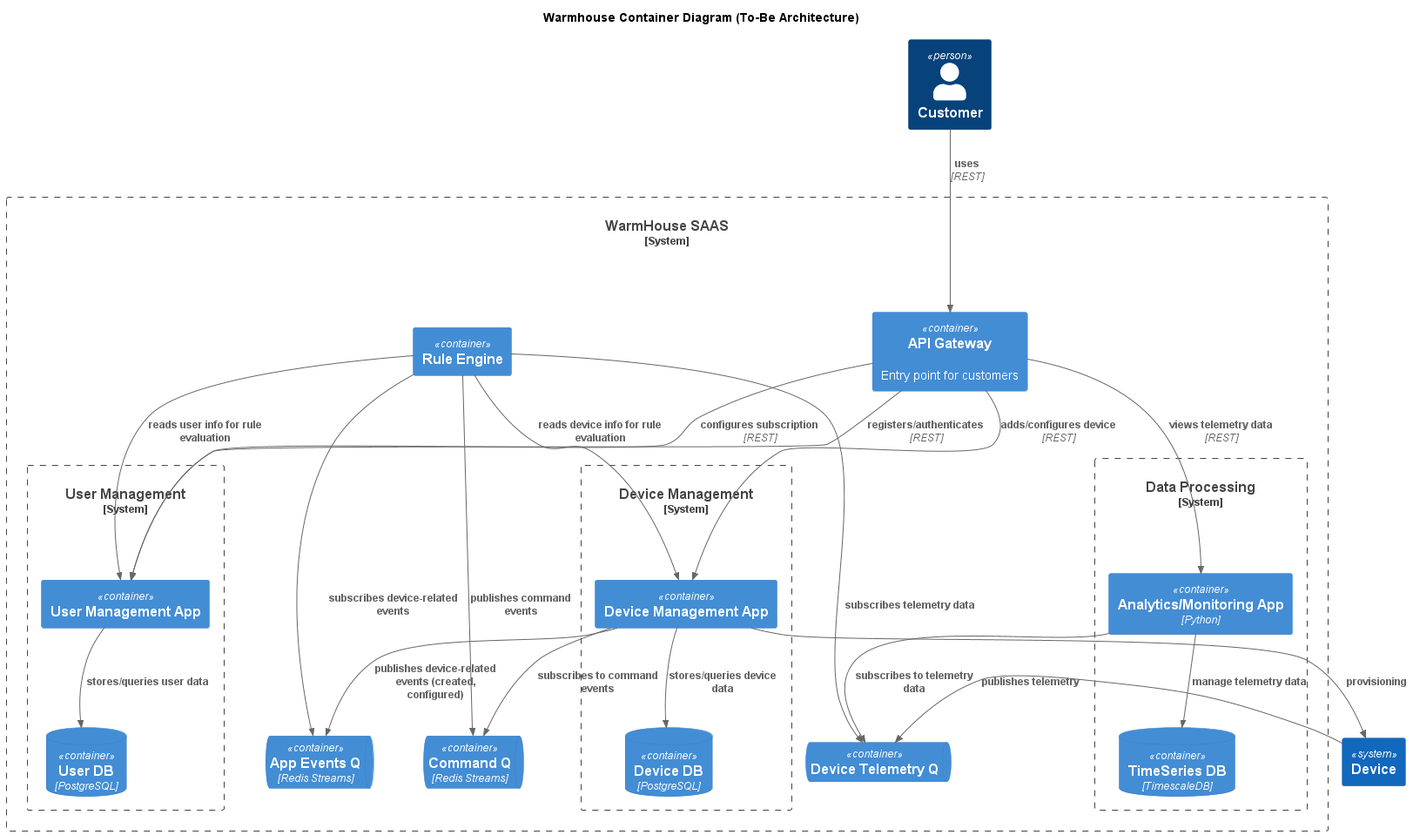
Above: schemas/to_be/warmhouse_container_to_be.png in Upforup/architecture-pro-warmhouse (PlantUML), before the change. Source of this version:
```plantuml
@startuml warmhouse_container_to_be
title Warmhouse Container Diagram (To-Be Architecture)

top to bottom direction

!include <C4/C4_Container>

Person(user, "Customer", "")
System(device, "Device")

System_Boundary(wh, "WarmHouse SAAS") {
    Container(api, "API Gateway", "", "Entry point for customers")

    System_Boundary(u, "User Management") {
        Container(usersApp, "User Management App", "", "")
        ContainerDb(usersDB, "User DB", "PostgreSQL")
    }
    System_Boundary(d, "Device Management") {
        Container(devMgmtApp, "Device Management App", "", "")
        ContainerDb(devMgmtDB, "Device DB", "PostgreSQL")
    }
    System_Boundary(m, "Data Processing") {
        Container(monitoringApp, "Analytics/Monitoring App", "Python", "")
        ContainerDb(telemetryDB, "TimeSeries DB", "TimescaleDB")
    }

    Container(rulesEngineApp, "Rule Engine", "", "")
    ContainerQueue(tmQ, "Device Telemetry Q")
    ContainerQueue(appEventsQ, "App Events Q", "Redis Streams")
    ContainerQueue(commandQ, "Command Q", "Redis Streams")
}

Rel(user, api, "uses", "REST")
Rel(device, tmQ, "publishes telemetry")
Rel(api, usersApp, "registers/authenticates", "REST")
Rel(api, devMgmtApp, "adds/configures device", "REST")
Rel(api, usersApp, "configures subscription", "REST")
Rel(api, monitoringApp, "views telemetry data", "REST")

Rel(devMgmtApp, device, "provisioning", "")

Rel(devMgmtApp, devMgmtDB, "stores/queries device data")
Rel(usersApp, usersDB, "stores/queries user data")

Rel(devMgmtApp, appEventsQ, "publishes device-related events (created, configured)", "")
Rel(rulesEngineApp, appEventsQ, "subscribes device-related events", "")
Rel(rulesEngineApp, commandQ, "publishes command events", "")
Rel(rulesEngineApp, devMgmtApp, "reads device info for rule evaluation", "")
Rel(rulesEngineApp, usersApp, "reads user info for rule evaluation", "")

Rel(devMgmtApp, commandQ, "subscribes to command events")
Rel(rulesEngineApp, tmQ, "subscribes telemetry data")

Rel(monitoringApp, tmQ, "subscribes to telemetry data")
Rel(monitoringApp, telemetryDB, "manage telemetry data")

@enduml
```
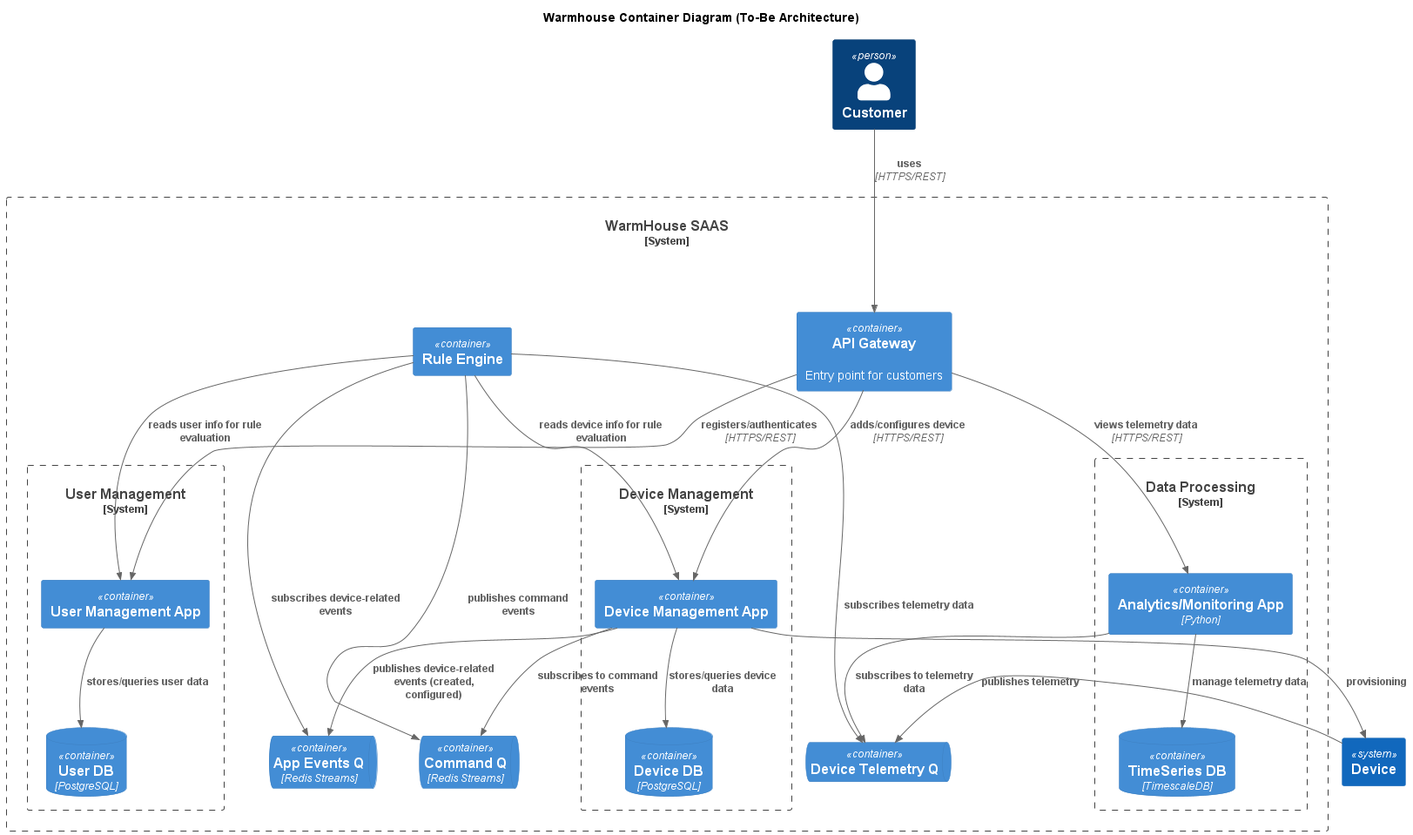
After the commit.

The edit, as a diff of the source:
```diff
@@ -30,12 +30,11 @@
     ContainerQueue(commandQ, "Command Q", "Redis Streams")
 }
 
-Rel(user, api, "uses", "REST")
+Rel(user, api, "uses", "HTTPS/REST")
 Rel(device, tmQ, "publishes telemetry")
-Rel(api, usersApp, "registers/authenticates", "REST")
-Rel(api, devMgmtApp, "adds/configures device", "REST")
-Rel(api, usersApp, "configures subscription", "REST")
-Rel(api, monitoringApp, "views telemetry data", "REST")
+Rel(api, usersApp, "registers/authenticates", "HTTPS/REST")
+Rel(api, devMgmtApp, "adds/configures device", "HTTPS/REST")
+Rel(api, monitoringApp, "views telemetry data", "HTTPS/REST")
 
 Rel(devMgmtApp, device, "provisioning", "")
 
```
